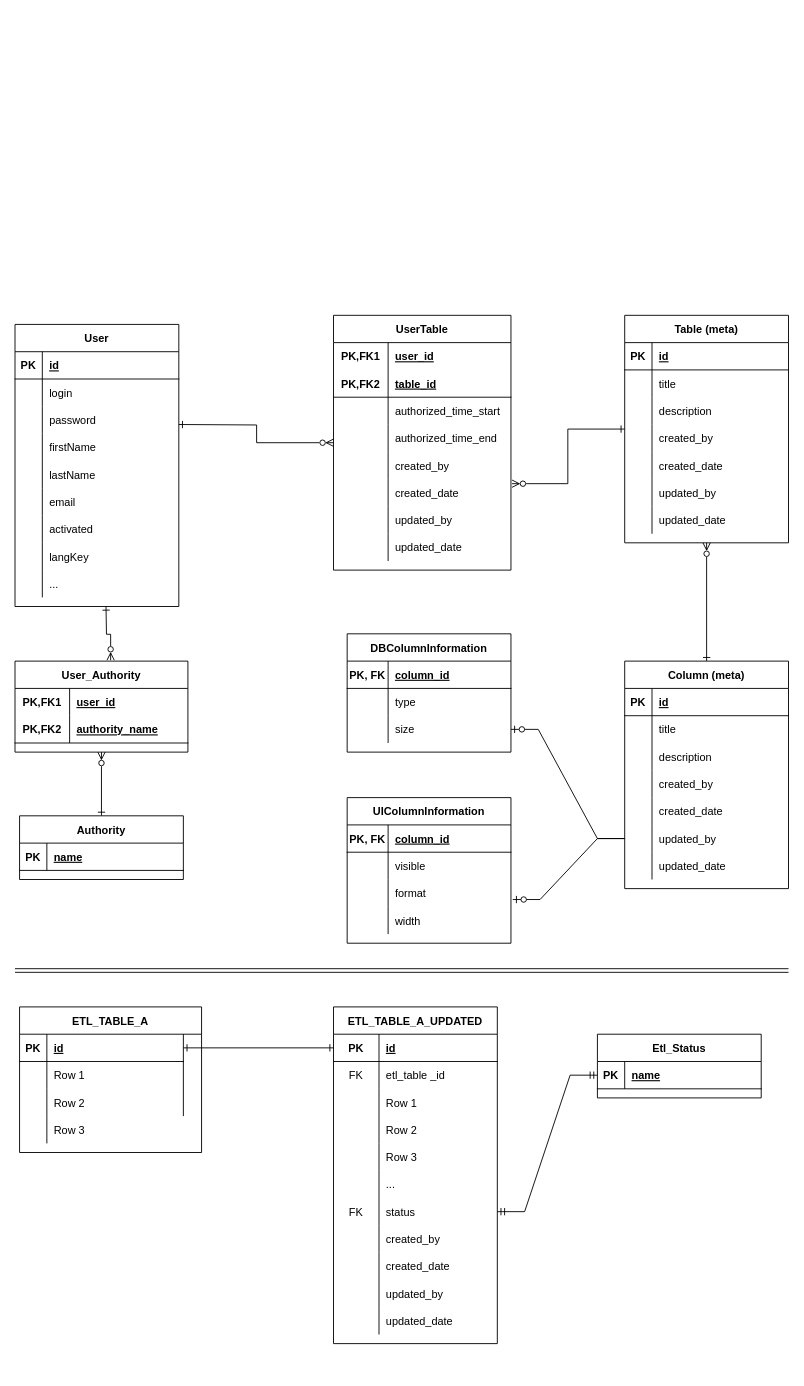
The draw.io diagram document/erd.drawio in hsquare-analytics/cancer-library, before the edit. Source tidied: cells renumbered, new cells numbered last; positions are measured from the earlier drawing's top-left corner, leaving out a move shared by most shapes. Both pictures are drawn from the tidied source at 91%, with x=0, y=0 at pixel (15, 315).
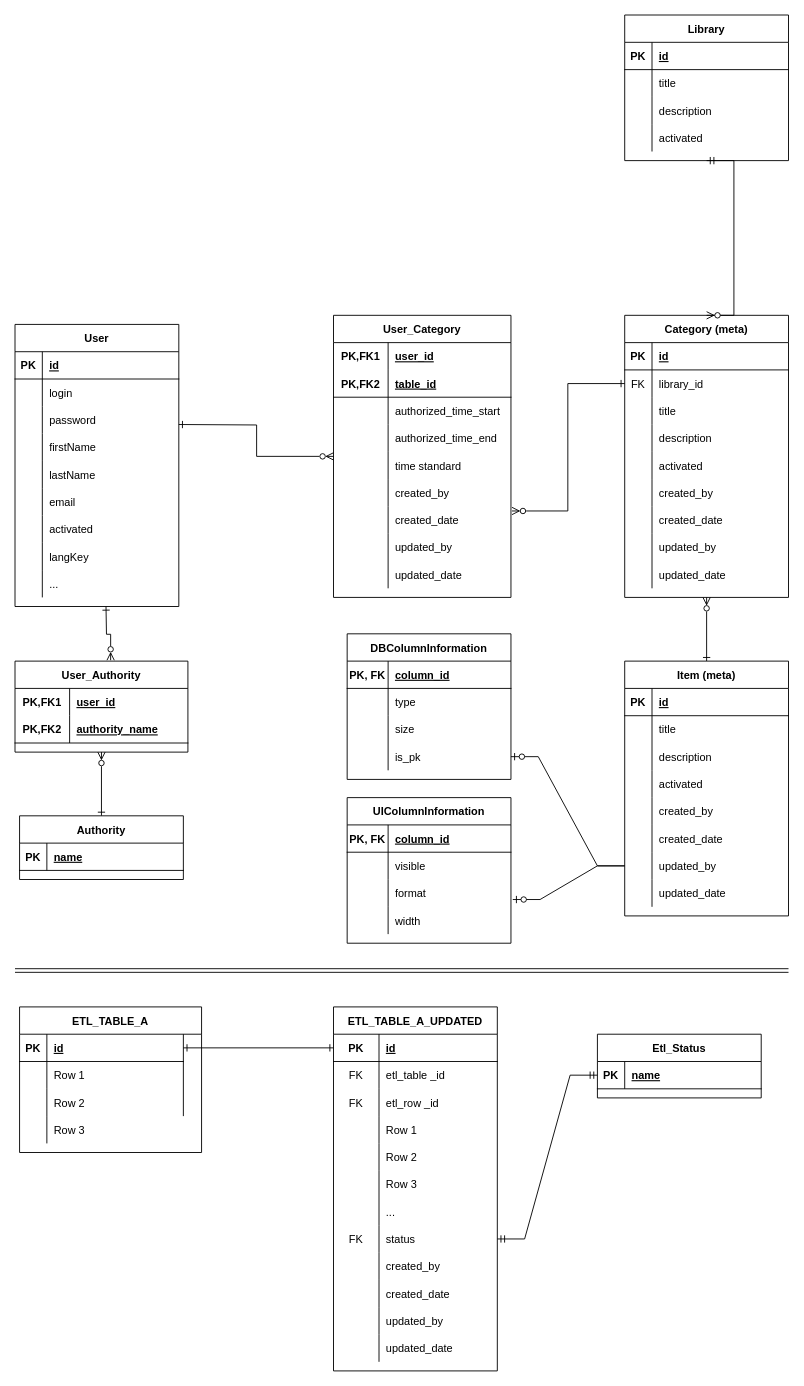
After the change.

The change refers to these unchanged cells:
```xml
<mxCell id="36" style="shape=tableRow;horizontal=0;startSize=0;swimlaneHead=0;swimlaneBody=0;fillColor=none;points=[[0,0.5],[1,0.5]];portConstraint=eastwest;top=0;left=0;right=0;bottom=0;" parent="32" vertex="1">
  <mxGeometry y="60" width="180" height="30" as="geometry" />
</mxCell>
```

Change to the diagram source:
```diff
@@
-    <mxCell id="31" style="edgeStyle=orthogonalEdgeStyle;rounded=0;jettySize=auto;html=1;startArrow=ERone;startFill=0;endArrow=ERzeroToMany;endFill=0;entryX=1.006;entryY=0.167;entryDx=0;entryDy=0;entryPerimeter=0;" parent="1" edge="1" source="32" target="99">
+    <mxCell id="31" style="edgeStyle=orthogonalEdgeStyle;rounded=0;jettySize=auto;html=1;startArrow=ERone;startFill=0;endArrow=ERzeroToMany;endFill=0;entryX=1.006;entryY=0.167;entryDx=0;entryDy=0;entryPerimeter=0;exitX=0;exitY=0.5;exitDx=0;exitDy=0;" parent="1" edge="1" source="36" target="99">
       <mxGeometry relative="1" as="geometry" />
     </mxCell>
-    <mxCell id="32" value="Table (meta)" style="shape=table;startSize=30;childLayout=tableLayout;rowLines=0;fontStyle=1;align=center;" parent="1" vertex="1">
-      <mxGeometry x="670" width="180" height="250" as="geometry" />
+    <mxCell id="32" value="Category (meta)" style="shape=table;startSize=30;childLayout=tableLayout;rowLines=0;fontStyle=1;align=center;" parent="1" vertex="1">
+      <mxGeometry x="670" width="180" height="310" as="geometry" />
     </mxCell>
@@
-    <mxCell id="37" style="shape=partialRectangle;fillColor=none;top=0;left=0;bottom=0;right=0;overflow=hidden;" parent="36" vertex="1">
+    <mxCell id="37" value="FK" style="shape=partialRectangle;fillColor=none;top=0;left=0;bottom=0;right=0;overflow=hidden;" parent="36" vertex="1">
       <mxGeometry width="30" height="30" as="geometry" />
     </mxCell>
-    <mxCell id="38" value="title" style="shape=partialRectangle;fillColor=none;top=0;left=0;bottom=0;right=0;align=left;spacingLeft=6;overflow=hidden;" parent="36" vertex="1">
+    <mxCell id="38" value="library_id" style="shape=partialRectangle;fillColor=none;top=0;left=0;bottom=0;right=0;align=left;spacingLeft=6;overflow=hidden;" parent="36" vertex="1">
       <mxGeometry x="30" width="150" height="30" as="geometry" />
     </mxCell>
+    <mxCell id="195" style="shape=tableRow;horizontal=0;startSize=0;swimlaneHead=0;swimlaneBody=0;fillColor=none;top=0;left=0;right=0;bottom=0;" parent="32" vertex="1">
+      <mxGeometry y="90" width="180" height="30" as="geometry" />
+    </mxCell>
+    <mxCell id="196" style="shape=partialRectangle;fillColor=none;top=0;left=0;bottom=0;right=0;overflow=hidden;" parent="195" vertex="1">
+      <mxGeometry width="30" height="30" as="geometry" />
+    </mxCell>
+    <mxCell id="197" value="title" style="shape=partialRectangle;fillColor=none;top=0;left=0;bottom=0;right=0;align=left;spacingLeft=6;overflow=hidden;" parent="195" vertex="1">
+      <mxGeometry x="30" width="150" height="30" as="geometry" />
+    </mxCell>
     <mxCell id="39" style="shape=tableRow;horizontal=0;startSize=0;swimlaneHead=0;swimlaneBody=0;fillColor=none;top=0;left=0;right=0;bottom=0;" parent="32" vertex="1">
-      <mxGeometry y="90" width="180" height="30" as="geometry" />
+      <mxGeometry y="120" width="180" height="30" as="geometry" />
     </mxCell>
@@
+    <mxCell id="198" style="shape=tableRow;horizontal=0;startSize=0;swimlaneHead=0;swimlaneBody=0;fillColor=none;top=0;left=0;right=0;bottom=0;" parent="32" vertex="1">
+      <mxGeometry y="150" width="180" height="30" as="geometry" />
+    </mxCell>
+    <mxCell id="199" style="shape=partialRectangle;fillColor=none;top=0;left=0;bottom=0;right=0;overflow=hidden;" parent="198" vertex="1">
+      <mxGeometry width="30" height="30" as="geometry" />
+    </mxCell>
+    <mxCell id="200" value="activated" style="shape=partialRectangle;fillColor=none;top=0;left=0;bottom=0;right=0;align=left;spacingLeft=6;overflow=hidden;" parent="198" vertex="1">
+      <mxGeometry x="30" width="150" height="30" as="geometry" />
+    </mxCell>
     <mxCell id="42" style="shape=tableRow;horizontal=0;startSize=0;swimlaneHead=0;swimlaneBody=0;fillColor=none;top=0;left=0;right=0;bottom=0;" parent="32" vertex="1">
-      <mxGeometry y="120" width="180" height="30" as="geometry" />
+      <mxGeometry y="180" width="180" height="30" as="geometry" />
     </mxCell>
@@
     <mxCell id="45" style="shape=tableRow;horizontal=0;startSize=0;swimlaneHead=0;swimlaneBody=0;fillColor=none;top=0;left=0;right=0;bottom=0;" parent="32" vertex="1">
-      <mxGeometry y="150" width="180" height="30" as="geometry" />
+      <mxGeometry y="210" width="180" height="30" as="geometry" />
     </mxCell>
@@
     <mxCell id="48" style="shape=tableRow;horizontal=0;startSize=0;swimlaneHead=0;swimlaneBody=0;fillColor=none;top=0;left=0;right=0;bottom=0;" parent="32" vertex="1">
-      <mxGeometry y="180" width="180" height="30" as="geometry" />
+      <mxGeometry y="240" width="180" height="30" as="geometry" />
     </mxCell>
@@
     <mxCell id="51" style="shape=tableRow;horizontal=0;startSize=0;swimlaneHead=0;swimlaneBody=0;fillColor=none;top=0;left=0;right=0;bottom=0;" parent="32" vertex="1">
-      <mxGeometry y="210" width="180" height="30" as="geometry" />
+      <mxGeometry y="270" width="180" height="30" as="geometry" />
     </mxCell>
@@
-    <mxCell id="60" value="Column (meta)" style="shape=table;startSize=30;childLayout=tableLayout;rowLines=0;fontStyle=1;align=center;" parent="1" vertex="1">
-      <mxGeometry x="670" y="380" width="180" height="250" as="geometry" />
+    <mxCell id="60" value="Item (meta)" style="shape=table;startSize=30;childLayout=tableLayout;rowLines=0;fontStyle=1;align=center;" parent="1" vertex="1">
+      <mxGeometry x="670" y="380" width="180" height="280" as="geometry" />
     </mxCell>
@@
+    <mxCell id="201" style="shape=tableRow;horizontal=0;startSize=0;swimlaneHead=0;swimlaneBody=0;fillColor=none;top=0;left=0;right=0;bottom=0;" parent="60" vertex="1">
+      <mxGeometry y="120" width="180" height="30" as="geometry" />
+    </mxCell>
+    <mxCell id="202" style="shape=partialRectangle;fillColor=none;top=0;left=0;bottom=0;right=0;overflow=hidden;" parent="201" vertex="1">
+      <mxGeometry width="30" height="30" as="geometry" />
+    </mxCell>
+    <mxCell id="203" value="activated" style="shape=partialRectangle;fillColor=none;top=0;left=0;bottom=0;right=0;align=left;spacingLeft=6;overflow=hidden;" parent="201" vertex="1">
+      <mxGeometry x="30" width="150" height="30" as="geometry" />
+    </mxCell>
     <mxCell id="70" style="shape=tableRow;horizontal=0;startSize=0;swimlaneHead=0;swimlaneBody=0;fillColor=none;top=0;left=0;right=0;bottom=0;" parent="60" vertex="1">
-      <mxGeometry y="120" width="180" height="30" as="geometry" />
+      <mxGeometry y="150" width="180" height="30" as="geometry" />
     </mxCell>
@@
     <mxCell id="73" style="shape=tableRow;horizontal=0;startSize=0;swimlaneHead=0;swimlaneBody=0;fillColor=none;top=0;left=0;right=0;bottom=0;" parent="60" vertex="1">
-      <mxGeometry y="150" width="180" height="30" as="geometry" />
+      <mxGeometry y="180" width="180" height="30" as="geometry" />
     </mxCell>
@@
     <mxCell id="76" style="shape=tableRow;horizontal=0;startSize=0;swimlaneHead=0;swimlaneBody=0;fillColor=none;points=[[0,0.5],[1,0.5]];portConstraint=eastwest;top=0;left=0;right=0;bottom=0;" parent="60" vertex="1">
-      <mxGeometry y="180" width="180" height="30" as="geometry" />
+      <mxGeometry y="210" width="180" height="30" as="geometry" />
     </mxCell>
@@
     <mxCell id="79" style="shape=tableRow;horizontal=0;startSize=0;swimlaneHead=0;swimlaneBody=0;fillColor=none;top=0;left=0;right=0;bottom=0;" parent="60" vertex="1">
-      <mxGeometry y="210" width="180" height="30" as="geometry" />
+      <mxGeometry y="240" width="180" height="30" as="geometry" />
     </mxCell>
@@
-    <mxCell id="83" value="UserTable" style="shape=table;startSize=30;childLayout=tableLayout;rowLines=0;fontStyle=1;align=center;" parent="1" vertex="1">
-      <mxGeometry x="350" width="195" height="280" as="geometry" />
+    <mxCell id="83" value="User_Category" style="shape=table;startSize=30;childLayout=tableLayout;rowLines=0;fontStyle=1;align=center;" parent="1" vertex="1">
+      <mxGeometry x="350" width="195" height="310" as="geometry" />
     </mxCell>
@@
+    <mxCell id="204" style="shape=tableRow;horizontal=0;startSize=0;swimlaneHead=0;swimlaneBody=0;fillColor=none;top=0;left=0;right=0;bottom=0;" parent="83" vertex="1">
+      <mxGeometry y="150" width="195" height="30" as="geometry" />
+    </mxCell>
+    <mxCell id="205" style="shape=partialRectangle;fillColor=none;top=0;left=0;bottom=0;right=0;overflow=hidden;" parent="204" vertex="1">
+      <mxGeometry width="60" height="30" as="geometry" />
+    </mxCell>
+    <mxCell id="206" value="time standard" style="shape=partialRectangle;fillColor=none;top=0;left=0;bottom=0;right=0;align=left;spacingLeft=6;overflow=hidden;" parent="204" vertex="1">
+      <mxGeometry x="60" width="135" height="30" as="geometry" />
+    </mxCell>
     <mxCell id="96" style="shape=tableRow;horizontal=0;startSize=0;swimlaneHead=0;swimlaneBody=0;fillColor=none;top=0;left=0;right=0;bottom=0;" parent="83" vertex="1">
-      <mxGeometry y="150" width="195" height="30" as="geometry" />
+      <mxGeometry y="180" width="195" height="30" as="geometry" />
     </mxCell>
@@
     <mxCell id="99" style="shape=tableRow;horizontal=0;startSize=0;swimlaneHead=0;swimlaneBody=0;fillColor=none;points=[[0,0.5],[1,0.5]];portConstraint=eastwest;top=0;left=0;right=0;bottom=0;" parent="83" vertex="1">
-      <mxGeometry y="180" width="195" height="30" as="geometry" />
+      <mxGeometry y="210" width="195" height="30" as="geometry" />
     </mxCell>
@@
     <mxCell id="102" style="shape=tableRow;horizontal=0;startSize=0;swimlaneHead=0;swimlaneBody=0;fillColor=none;top=0;left=0;right=0;bottom=0;" parent="83" vertex="1">
-      <mxGeometry y="210" width="195" height="30" as="geometry" />
+      <mxGeometry y="240" width="195" height="30" as="geometry" />
     </mxCell>
@@
     <mxCell id="105" style="shape=tableRow;horizontal=0;startSize=0;swimlaneHead=0;swimlaneBody=0;fillColor=none;top=0;left=0;right=0;bottom=0;" parent="83" vertex="1">
-      <mxGeometry y="240" width="195" height="30" as="geometry" />
+      <mxGeometry y="270" width="195" height="30" as="geometry" />
     </mxCell>
@@
     <mxCell id="130" value="ETL_TABLE_A_UPDATED" style="shape=table;startSize=30;childLayout=tableLayout;rowLines=0;fontStyle=1;align=center;fillColor=none;" parent="1" vertex="1">
-      <mxGeometry x="350" y="760" width="180" height="370" as="geometry" />
+      <mxGeometry x="350" y="760" width="180" height="400" as="geometry" />
     </mxCell>
@@
+    <mxCell id="207" style="shape=tableRow;horizontal=0;startSize=0;swimlaneHead=0;swimlaneBody=0;fillColor=none;top=0;left=0;right=0;bottom=0;" parent="130" vertex="1">
+      <mxGeometry y="60" width="180" height="30" as="geometry" />
+    </mxCell>
+    <mxCell id="208" value="FK" style="shape=partialRectangle;fillColor=none;top=0;left=0;bottom=0;right=0;overflow=hidden;" parent="207" vertex="1">
+      <mxGeometry width="50" height="30" as="geometry" />
+    </mxCell>
+    <mxCell id="209" value="etl_table _id" style="shape=partialRectangle;fillColor=none;top=0;left=0;bottom=0;right=0;align=left;spacingLeft=6;overflow=hidden;" parent="207" vertex="1">
+      <mxGeometry x="50" width="130" height="30" as="geometry" />
+    </mxCell>
     <mxCell id="134" style="shape=tableRow;horizontal=0;startSize=0;swimlaneHead=0;swimlaneBody=0;fillColor=none;top=0;left=0;right=0;bottom=0;" parent="130" vertex="1">
-      <mxGeometry y="60" width="180" height="30" as="geometry" />
+      <mxGeometry y="90" width="180" height="30" as="geometry" />
     </mxCell>
@@
-    <mxCell id="136" value="etl_table _id" style="shape=partialRectangle;fillColor=none;top=0;left=0;bottom=0;right=0;align=left;spacingLeft=6;overflow=hidden;" parent="134" vertex="1">
+    <mxCell id="136" value="etl_row _id" style="shape=partialRectangle;fillColor=none;top=0;left=0;bottom=0;right=0;align=left;spacingLeft=6;overflow=hidden;" parent="134" vertex="1">
       <mxGeometry x="50" width="130" height="30" as="geometry" />
     </mxCell>
     <mxCell id="137" style="shape=tableRow;horizontal=0;startSize=0;swimlaneHead=0;swimlaneBody=0;fillColor=none;top=0;left=0;right=0;bottom=0;" parent="130" vertex="1">
-      <mxGeometry y="90" width="180" height="30" as="geometry" />
+      <mxGeometry y="120" width="180" height="30" as="geometry" />
     </mxCell>
@@
     <mxCell id="140" style="shape=tableRow;horizontal=0;startSize=0;swimlaneHead=0;swimlaneBody=0;fillColor=none;top=0;left=0;right=0;bottom=0;" parent="130" vertex="1">
-      <mxGeometry y="120" width="180" height="30" as="geometry" />
+      <mxGeometry y="150" width="180" height="30" as="geometry" />
     </mxCell>
@@
     <mxCell id="143" style="shape=tableRow;horizontal=0;startSize=0;swimlaneHead=0;swimlaneBody=0;fillColor=none;top=0;left=0;right=0;bottom=0;" parent="130" vertex="1">
-      <mxGeometry y="150" width="180" height="30" as="geometry" />
+      <mxGeometry y="180" width="180" height="30" as="geometry" />
     </mxCell>
@@
     <mxCell id="146" style="shape=tableRow;horizontal=0;startSize=0;swimlaneHead=0;swimlaneBody=0;fillColor=none;top=0;left=0;right=0;bottom=0;" parent="130" vertex="1">
-      <mxGeometry y="180" width="180" height="30" as="geometry" />
+      <mxGeometry y="210" width="180" height="30" as="geometry" />
     </mxCell>
@@
     <mxCell id="149" style="shape=tableRow;horizontal=0;startSize=0;swimlaneHead=0;swimlaneBody=0;fillColor=none;points=[[0,0.5],[1,0.5]];portConstraint=eastwest;top=0;left=0;right=0;bottom=0;" parent="130" vertex="1">
-      <mxGeometry y="210" width="180" height="30" as="geometry" />
+      <mxGeometry y="240" width="180" height="30" as="geometry" />
     </mxCell>
@@
     <mxCell id="152" style="shape=tableRow;horizontal=0;startSize=0;swimlaneHead=0;swimlaneBody=0;fillColor=none;top=0;left=0;right=0;bottom=0;" parent="130" vertex="1">
-      <mxGeometry y="240" width="180" height="30" as="geometry" />
+      <mxGeometry y="270" width="180" height="30" as="geometry" />
     </mxCell>
@@
     <mxCell id="155" style="shape=tableRow;horizontal=0;startSize=0;swimlaneHead=0;swimlaneBody=0;fillColor=none;top=0;left=0;right=0;bottom=0;" parent="130" vertex="1">
-      <mxGeometry y="270" width="180" height="30" as="geometry" />
+      <mxGeometry y="300" width="180" height="30" as="geometry" />
     </mxCell>
@@
     <mxCell id="158" style="shape=tableRow;horizontal=0;startSize=0;swimlaneHead=0;swimlaneBody=0;fillColor=none;top=0;left=0;right=0;bottom=0;" parent="130" vertex="1">
-      <mxGeometry y="300" width="180" height="30" as="geometry" />
+      <mxGeometry y="330" width="180" height="30" as="geometry" />
     </mxCell>
@@
     <mxCell id="161" style="shape=tableRow;horizontal=0;startSize=0;swimlaneHead=0;swimlaneBody=0;fillColor=none;top=0;left=0;right=0;bottom=0;" parent="130" vertex="1">
-      <mxGeometry y="330" width="180" height="30" as="geometry" />
+      <mxGeometry y="360" width="180" height="30" as="geometry" />
     </mxCell>
@@
     <mxCell id="169" value="DBColumnInformation" style="shape=table;startSize=30;childLayout=tableLayout;rowLines=0;fontStyle=1;align=center;fillColor=none;" parent="1" vertex="1">
-      <mxGeometry x="365" y="350" width="180" height="130" as="geometry" />
+      <mxGeometry x="365" y="350" width="180" height="160" as="geometry" />
     </mxCell>
@@
+    <mxCell id="210" style="shape=tableRow;horizontal=0;startSize=0;swimlaneHead=0;swimlaneBody=0;fillColor=none;top=0;left=0;right=0;bottom=0;" parent="169" vertex="1">
+      <mxGeometry y="90" width="180" height="30" as="geometry" />
+    </mxCell>
+    <mxCell id="211" style="shape=partialRectangle;fillColor=none;top=0;left=0;bottom=0;right=0;overflow=hidden;" parent="210" vertex="1">
+      <mxGeometry width="45" height="30" as="geometry" />
+    </mxCell>
+    <mxCell id="212" value="size" style="shape=partialRectangle;fillColor=none;top=0;left=0;bottom=0;right=0;align=left;spacingLeft=6;overflow=hidden;" parent="210" vertex="1">
+      <mxGeometry x="45" width="135" height="30" as="geometry" />
+    </mxCell>
     <mxCell id="176" style="shape=tableRow;horizontal=0;startSize=0;swimlaneHead=0;swimlaneBody=0;fillColor=none;points=[[0,0.5],[1,0.5]];portConstraint=eastwest;top=0;left=0;right=0;bottom=0;" parent="169" vertex="1">
-      <mxGeometry y="90" width="180" height="30" as="geometry" />
+      <mxGeometry y="120" width="180" height="30" as="geometry" />
     </mxCell>
@@
-    <mxCell id="178" value="size" style="shape=partialRectangle;fillColor=none;top=0;left=0;bottom=0;right=0;align=left;spacingLeft=6;overflow=hidden;" parent="176" vertex="1">
+    <mxCell id="178" value="is_pk" style="shape=partialRectangle;fillColor=none;top=0;left=0;bottom=0;right=0;align=left;spacingLeft=6;overflow=hidden;" parent="176" vertex="1">
       <mxGeometry x="45" width="135" height="30" as="geometry" />
     </mxCell>
@@
+    <mxCell id="213" value="Library" style="shape=table;startSize=30;childLayout=tableLayout;rowLines=0;fontStyle=1;align=center;" parent="1" vertex="1">
+      <mxGeometry x="670" y="-330" width="180" height="160" as="geometry" />
+    </mxCell>
+    <mxCell id="214" style="shape=tableRow;horizontal=0;startSize=0;swimlaneHead=0;swimlaneBody=0;fillColor=none;top=0;left=0;right=0;bottom=1;" parent="213" vertex="1">
+      <mxGeometry y="30" width="180" height="30" as="geometry" />
+    </mxCell>
+    <mxCell id="215" value="PK" style="shape=partialRectangle;fillColor=none;top=0;left=0;bottom=0;right=0;fontStyle=1;overflow=hidden;" parent="214" vertex="1">
+      <mxGeometry width="30" height="30" as="geometry" />
+    </mxCell>
+    <mxCell id="216" value="id" style="shape=partialRectangle;fillColor=none;top=0;left=0;bottom=0;right=0;align=left;spacingLeft=6;fontStyle=5;overflow=hidden;" parent="214" vertex="1">
+      <mxGeometry x="30" width="150" height="30" as="geometry" />
+    </mxCell>
+    <mxCell id="217" style="shape=tableRow;horizontal=0;startSize=0;swimlaneHead=0;swimlaneBody=0;fillColor=none;top=0;left=0;right=0;bottom=0;" parent="213" vertex="1">
+      <mxGeometry y="60" width="180" height="30" as="geometry" />
+    </mxCell>
+    <mxCell id="218" style="shape=partialRectangle;fillColor=none;top=0;left=0;bottom=0;right=0;overflow=hidden;" parent="217" vertex="1">
+      <mxGeometry width="30" height="30" as="geometry" />
+    </mxCell>
+    <mxCell id="219" value="title" style="shape=partialRectangle;fillColor=none;top=0;left=0;bottom=0;right=0;align=left;spacingLeft=6;overflow=hidden;" parent="217" vertex="1">
+      <mxGeometry x="30" width="150" height="30" as="geometry" />
+    </mxCell>
+    <mxCell id="220" style="shape=tableRow;horizontal=0;startSize=0;swimlaneHead=0;swimlaneBody=0;fillColor=none;top=0;left=0;right=0;bottom=0;" parent="213" vertex="1">
+      <mxGeometry y="90" width="180" height="30" as="geometry" />
+    </mxCell>
+    <mxCell id="221" style="shape=partialRectangle;fillColor=none;top=0;left=0;bottom=0;right=0;overflow=hidden;" parent="220" vertex="1">
+      <mxGeometry width="30" height="30" as="geometry" />
+    </mxCell>
+    <mxCell id="222" value="description" style="shape=partialRectangle;fillColor=none;top=0;left=0;bottom=0;right=0;align=left;spacingLeft=6;overflow=hidden;" parent="220" vertex="1">
+      <mxGeometry x="30" width="150" height="30" as="geometry" />
+    </mxCell>
+    <mxCell id="223" style="shape=tableRow;horizontal=0;startSize=0;swimlaneHead=0;swimlaneBody=0;fillColor=none;top=0;left=0;right=0;bottom=0;" parent="213" vertex="1">
+      <mxGeometry y="120" width="180" height="30" as="geometry" />
+    </mxCell>
+    <mxCell id="224" style="shape=partialRectangle;fillColor=none;top=0;left=0;bottom=0;right=0;overflow=hidden;" parent="223" vertex="1">
+      <mxGeometry width="30" height="30" as="geometry" />
+    </mxCell>
+    <mxCell id="225" value="activated " style="shape=partialRectangle;fillColor=none;top=0;left=0;bottom=0;right=0;align=left;spacingLeft=6;overflow=hidden;" parent="223" vertex="1">
+      <mxGeometry x="30" width="150" height="30" as="geometry" />
+    </mxCell>
+    <mxCell id="226" style="edgeStyle=entityRelationEdgeStyle;fontSize=12;html=1;endArrow=ERzeroToMany;startArrow=ERmandOne;rounded=0;entryX=0.5;entryY=0;entryDx=0;entryDy=0;exitX=0.5;exitY=1;exitDx=0;exitDy=0;" parent="1" edge="1" source="213" target="32">
+      <mxGeometry relative="1" as="geometry" />
+    </mxCell>
```
